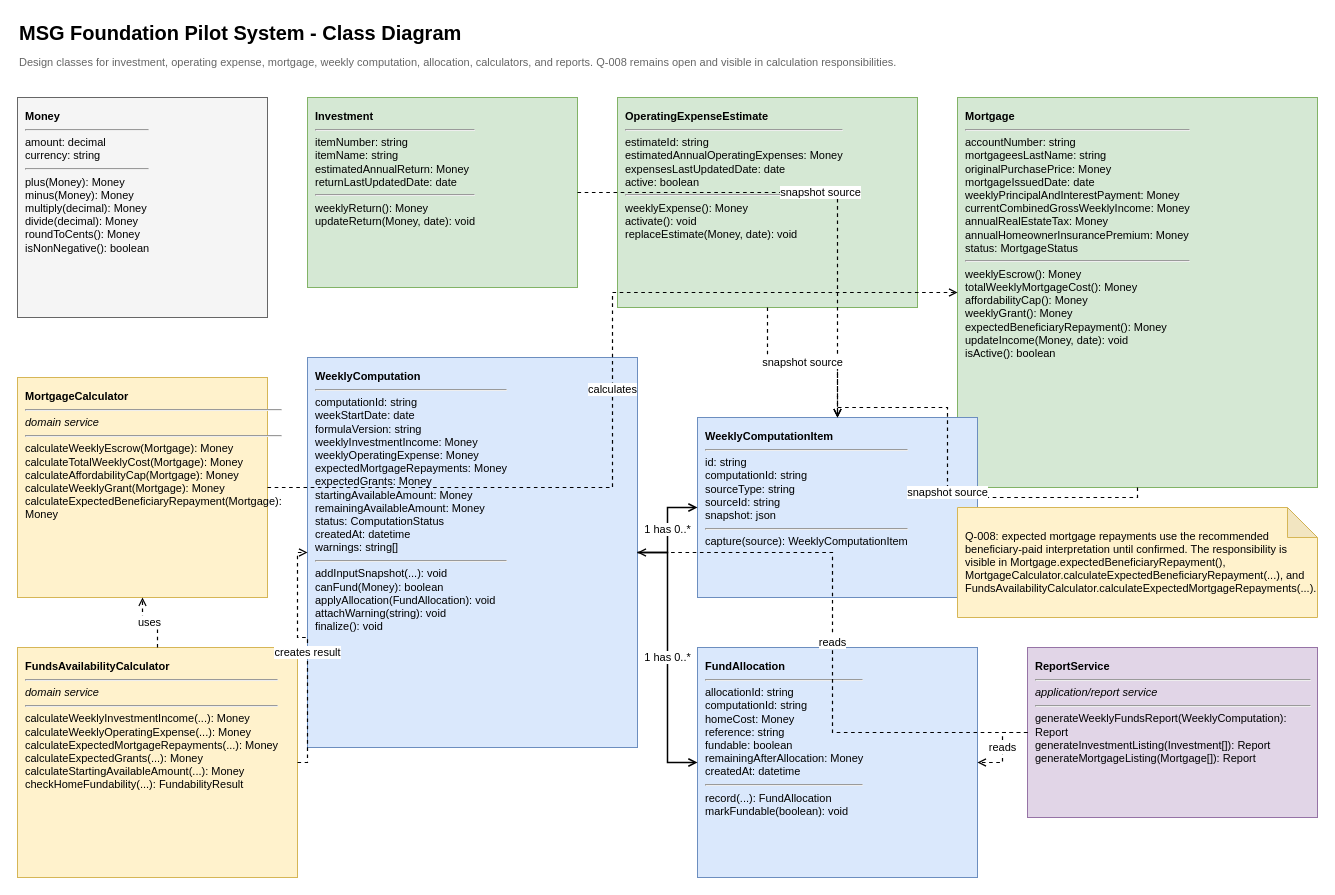
snvnn/Sysad-Term-Project keeps this draw.io diagram as docs/07-design/class-diagram.drawio. Above is the earlier version. Source tidied: cells renumbered, new cells numbered last; positions are measured from the earlier drawing's top-left corner, leaving out a move shared by most shapes. Both pictures are drawn from the tidied source at 100%, with x=0, y=0 at pixel (17, 17).
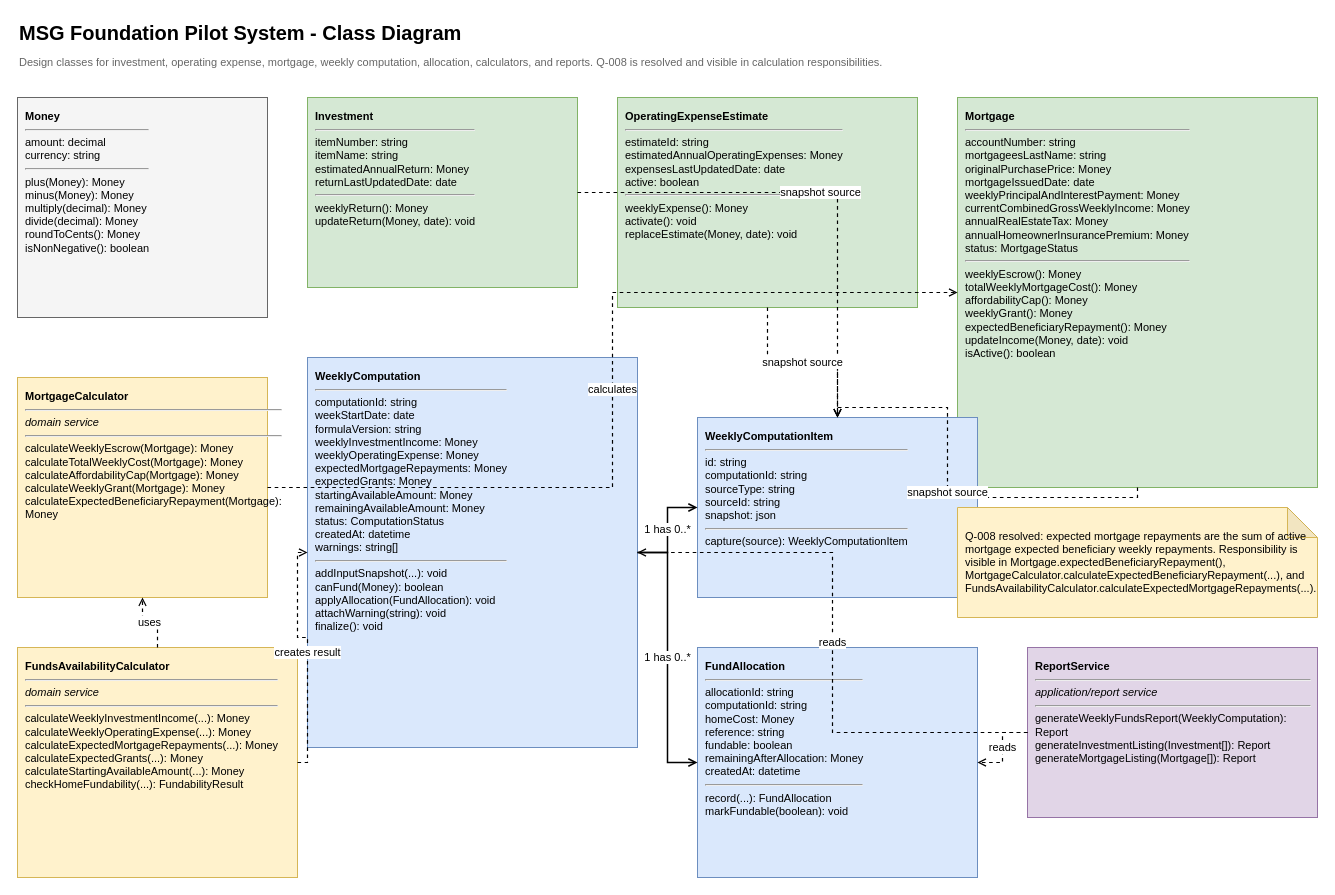
Above is the later version.

Change to the diagram source:
```diff
@@
-    <mxCell id="3" value="Design classes for investment, operating expense, mortgage, weekly computation, allocation, calculators, and reports. Q-008 remains open and visible in calculation responsibilities." style="text;html=1;strokeColor=none;fillColor=none;fontSize=11;fontColor=#666666;align=left;" parent="1" vertex="1">
+    <mxCell id="3" value="Design classes for investment, operating expense, mortgage, weekly computation, allocation, calculators, and reports. Q-008 is resolved and visible in calculation responsibilities." style="text;html=1;strokeColor=none;fillColor=none;fontSize=11;fontColor=#666666;align=left;" parent="1" vertex="1">
       <mxGeometry y="32" width="1160" height="25" as="geometry" />
     </mxCell>
@@
-    <mxCell id="24" value="Q-008: expected mortgage repayments use the recommended beneficiary-paid interpretation until confirmed. The responsibility is visible in Mortgage.expectedBeneficiaryRepayment(), MortgageCalculator.calculateExpectedBeneficiaryRepayment(...), and FundsAvailabilityCalculator.calculateExpectedMortgageRepayments(...)." style="shape=note;whiteSpace=wrap;html=1;backgroundOutline=1;darkOpacity=0.05;fillColor=#fff2cc;strokeColor=#d6b656;fontSize=11;align=left;spacing=8;" parent="1" vertex="1">
+    <mxCell id="24" value="Q-008 resolved: expected mortgage repayments are the sum of active mortgage expected beneficiary weekly repayments. Responsibility is visible in Mortgage.expectedBeneficiaryRepayment(), MortgageCalculator.calculateExpectedBeneficiaryRepayment(...), and FundsAvailabilityCalculator.calculateExpectedMortgageRepayments(...)." style="shape=note;whiteSpace=wrap;html=1;backgroundOutline=1;darkOpacity=0.05;fillColor=#fff2cc;strokeColor=#d6b656;fontSize=11;align=left;spacing=8;" parent="1" vertex="1">
       <mxGeometry x="940" y="490" width="360" height="110" as="geometry" />
     </mxCell>
```
